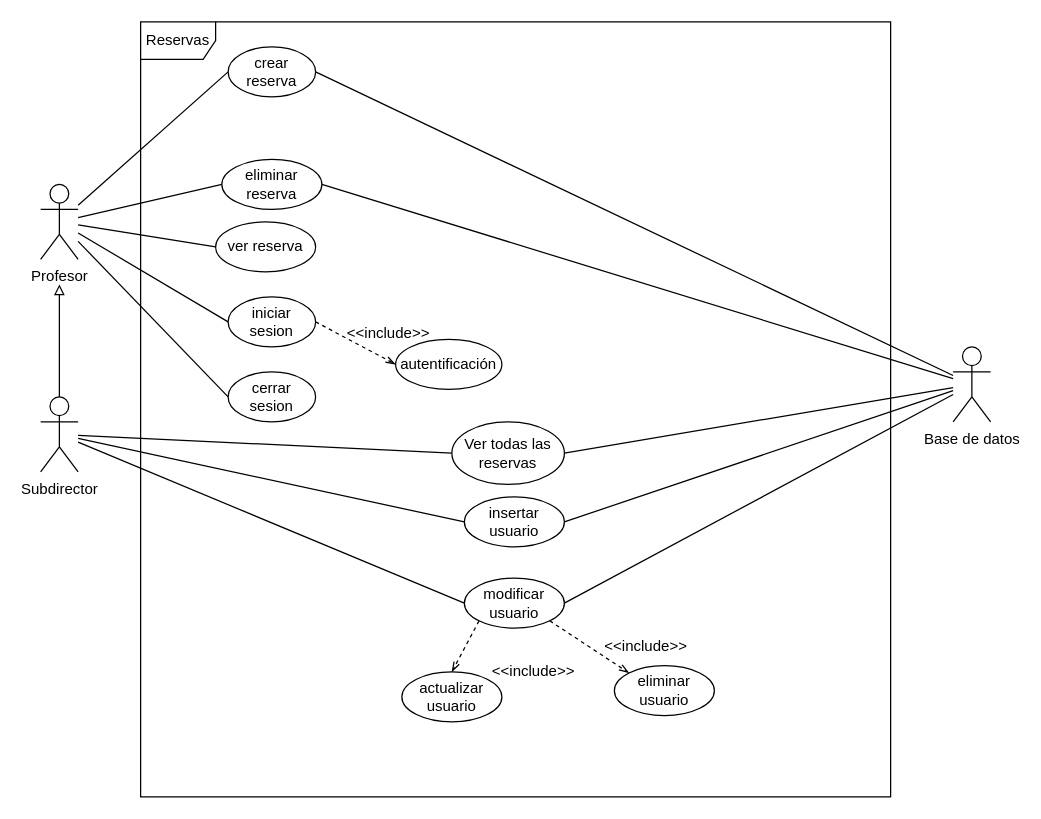
Above: Diagramas/DiagramaCasosDeUso.drawio in juanjesusrv/Proyecto-php (draw.io), before the change. Source tidied: cells renumbered, new cells numbered last; positions are measured from the earlier drawing's top-left corner, leaving out a move shared by most shapes. Both pictures are drawn from the tidied source at 125%, with x=0, y=0 at pixel (40, 21).
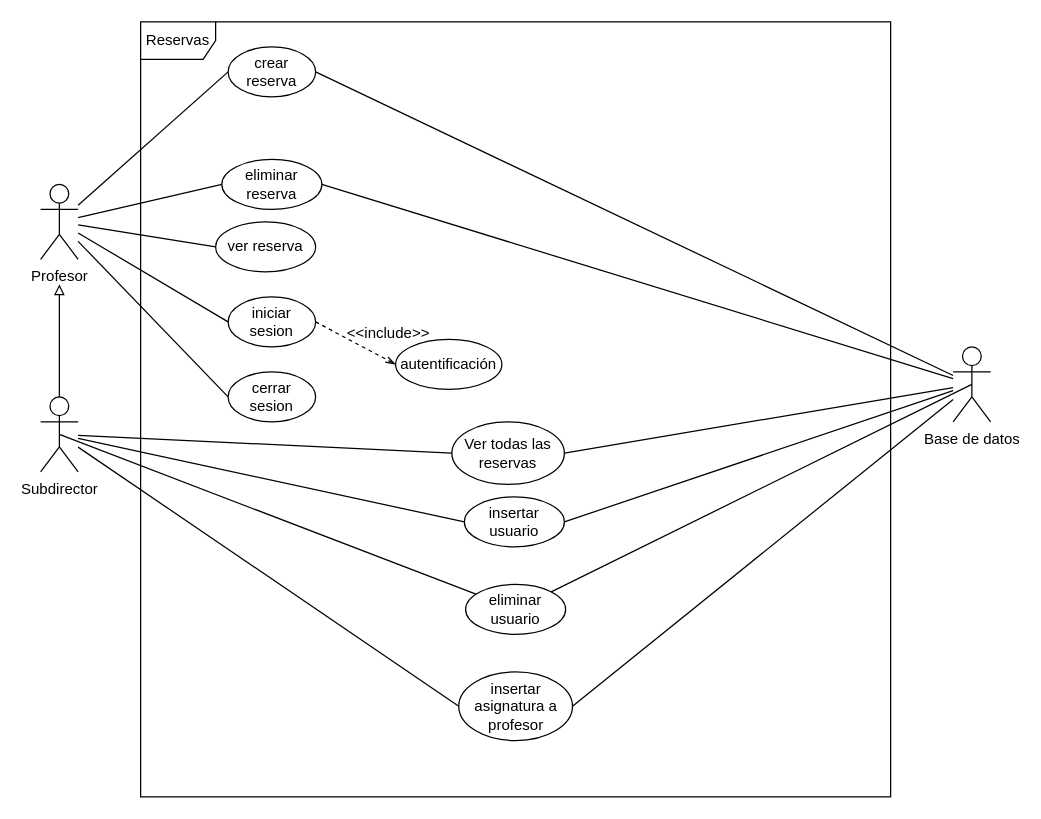
After the change.

Commit message (it also covers changes not shown here):
actualizar diagrama de casos de uso

Unchanged cells that the change refers to:
```xml
<mxCell id="7" value="Base de datos" style="shape=umlActor;verticalLabelPosition=bottom;verticalAlign=top;html=1;" parent="1" vertex="1">
  <mxGeometry x="730" y="260" width="30" height="60" as="geometry" />
</mxCell>
<mxCell id="19" value="Subdirector" style="shape=umlActor;verticalLabelPosition=bottom;verticalAlign=top;html=1;" parent="1" vertex="1">
  <mxGeometry y="300" width="30" height="60" as="geometry" />
</mxCell>
```

Diff of the diagram source:
```diff
@@
-    <mxCell id="25" value="eliminar usuario" style="ellipse;whiteSpace=wrap;html=1;" parent="1" vertex="1">
-      <mxGeometry x="459" y="515" width="80" height="40" as="geometry" />
-    </mxCell>
-    <mxCell id="26" value="actualizar usuario" style="ellipse;whiteSpace=wrap;html=1;" parent="1" vertex="1">
-      <mxGeometry x="289" y="520" width="80" height="40" as="geometry" />
-    </mxCell>
-    <mxCell id="27" value="modificar usuario" style="ellipse;whiteSpace=wrap;html=1;" parent="1" vertex="1">
-      <mxGeometry x="339" y="445" width="80" height="40" as="geometry" />
+    <mxCell id="27" value="insertar asignatura a profesor" style="ellipse;whiteSpace=wrap;html=1;" parent="1" vertex="1">
+      <mxGeometry x="334.5" y="520" width="91" height="55" as="geometry" />
     </mxCell>
-    <mxCell id="28" style="rounded=0;jettySize=auto;html=1;entryX=0;entryY=0;entryDx=0;entryDy=0;dashed=1;endArrow=openThin;endFill=0;exitX=1;exitY=1;exitDx=0;exitDy=0;" parent="1" edge="1" source="27" target="25">
-      <mxGeometry relative="1" as="geometry" />
-    </mxCell>
-    <mxCell id="29" style="rounded=0;jettySize=auto;html=1;entryX=0.5;entryY=0;entryDx=0;entryDy=0;dashed=1;endArrow=openThin;endFill=0;exitX=0;exitY=1;exitDx=0;exitDy=0;" parent="1" edge="1" source="27" target="26">
-      <mxGeometry relative="1" as="geometry" />
-    </mxCell>
-    <mxCell id="30" value="&amp;lt;&amp;lt;include&amp;gt;&amp;gt;" style="text;html=1;align=center;verticalAlign=middle;strokeColor=none;fillColor=none;" parent="1" vertex="1">
-      <mxGeometry x="349" y="505" width="90" height="30" as="geometry" />
-    </mxCell>
-    <mxCell id="31" value="&amp;lt;&amp;lt;include&amp;gt;&amp;gt;" style="text;html=1;align=center;verticalAlign=middle;strokeColor=none;fillColor=none;" parent="1" vertex="1">
-      <mxGeometry x="439" y="485" width="90" height="30" as="geometry" />
-    </mxCell>
@@
+    <mxCell id="25" value="eliminar usuario" style="ellipse;whiteSpace=wrap;html=1;" parent="1" vertex="1">
+      <mxGeometry x="340" y="450" width="80" height="40" as="geometry" />
+    </mxCell>
+    <mxCell id="37" style="rounded=0;jettySize=auto;html=1;entryX=0.5;entryY=0.5;entryDx=0;entryDy=0;entryPerimeter=0;endArrow=none;startFill=0;" parent="1" edge="1" source="25" target="7">
+      <mxGeometry relative="1" as="geometry" />
+    </mxCell>
+    <mxCell id="38" style="rounded=0;jettySize=auto;html=1;entryX=0.5;entryY=0.5;entryDx=0;entryDy=0;entryPerimeter=0;endArrow=none;startFill=0;" parent="1" edge="1" source="25" target="19">
+      <mxGeometry relative="1" as="geometry" />
+    </mxCell>
```
